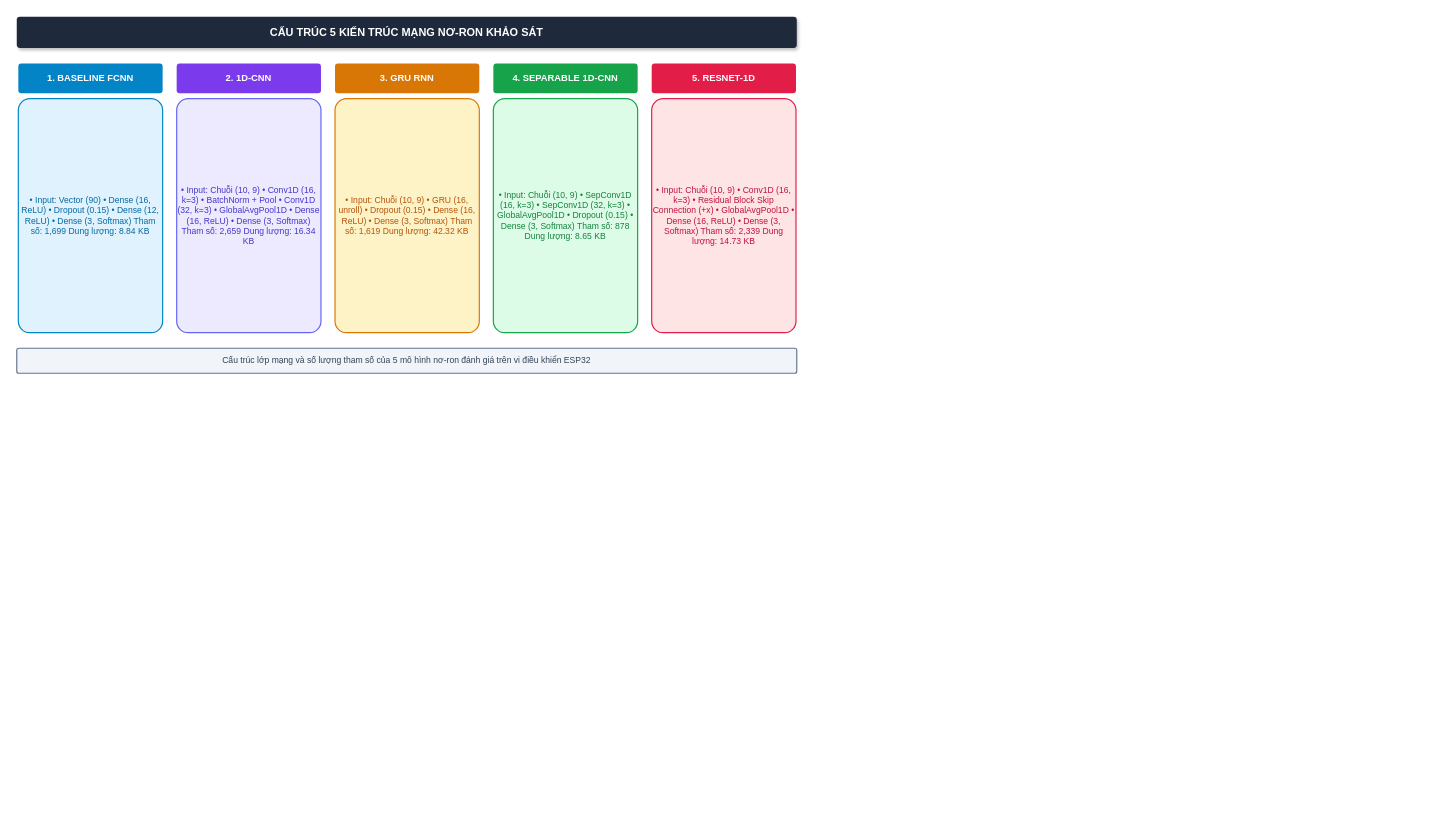
Brauuwu/LoRa_TinyML_Hopping keeps this draw.io diagram as figs/08_5_kien_truc_tinyml.drawio. Above is the earlier version. Source tidied: cells renumbered, new cells numbered last; positions are measured from the earlier drawing's top-left corner, leaving out a move shared by most shapes. Both pictures are drawn from the tidied source at 78%, with x=0, y=0 at pixel (16, 16).
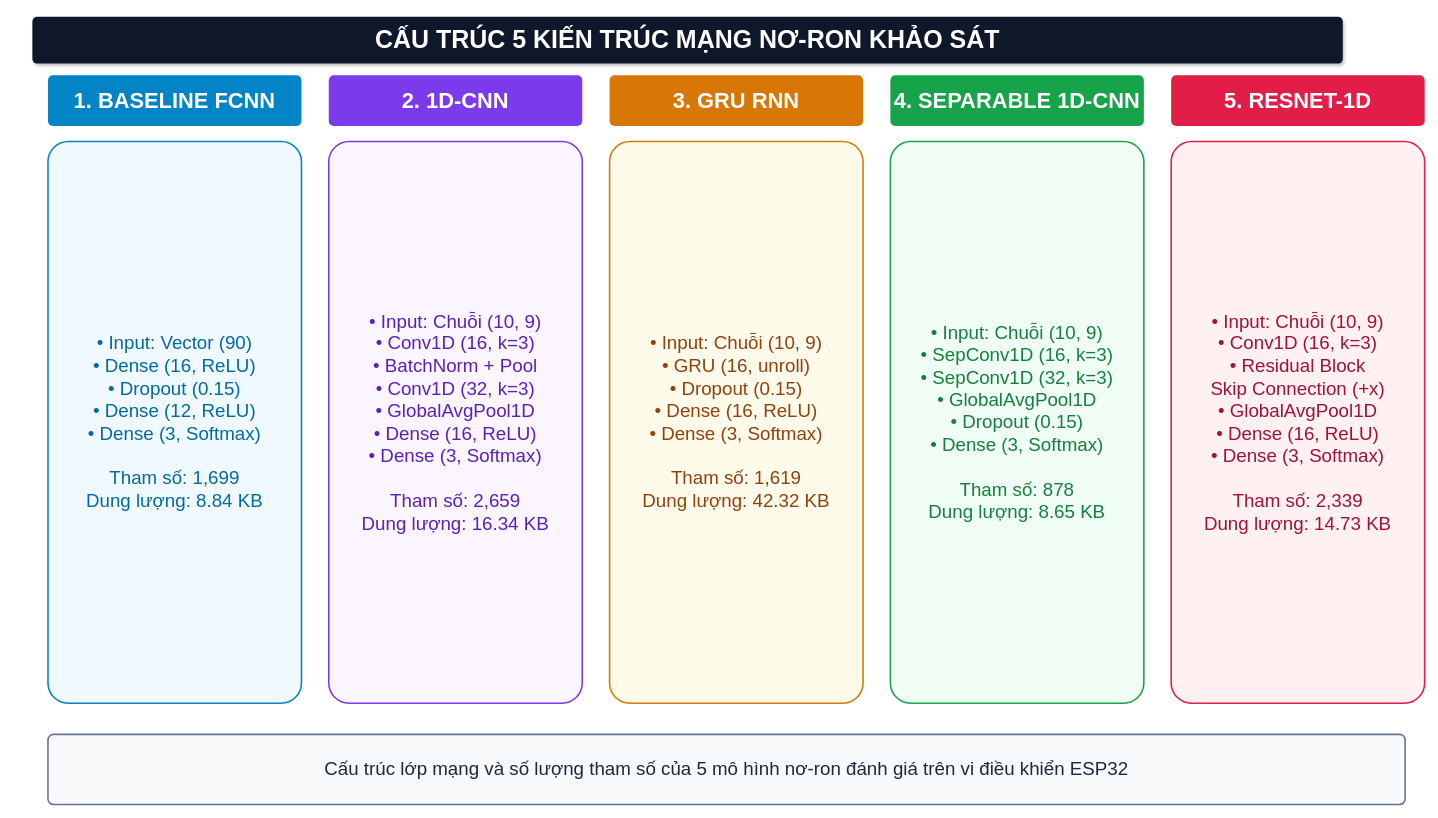
Above is the later version.

Diff of the diagram source:
```diff
@@
 <mxGraphModel background="#ffffff">
   <root>
     <mxCell id="0" />
     <mxCell id="1" parent="0" />
-    <mxCell id="2" value="CẤU TRÚC 5 KIẾN TRÚC MẠNG NƠ-RON KHẢO SÁT" style="rounded=1;whiteSpace=wrap;html=1;fillColor=#1e293b;strokeColor=none;fontColor=#ffffff;fontStyle=1;fontSize=14;shadow=1;arcSize=10;" parent="1" vertex="1">
-      <mxGeometry width="1000" height="40" as="geometry" />
+    <mxCell id="2" value="CẤU TRÚC 5 KIẾN TRÚC MẠNG NƠ-RON KHẢO SÁT" style="rounded=1;whiteSpace=wrap;html=1;fillColor=#0f172a;strokeColor=none;fontColor=#ffffff;fontStyle=1;fontSize=32;shadow=1;arcSize=10;fontFamily=Helvetica;" parent="1" vertex="1">
+      <mxGeometry x="20" width="1680" height="60" as="geometry" />
     </mxCell>
-    <mxCell id="3" value="1. BASELINE FCNN" style="rounded=1;whiteSpace=wrap;html=1;fillColor=#0284c7;strokeColor=none;fontColor=#ffffff;fontStyle=1;fontSize=12;arcSize=10;" parent="1" vertex="1">
-      <mxGeometry x="2" y="60" width="185" height="38" as="geometry" />
+    <mxCell id="3" value="1. BASELINE FCNN" style="rounded=1;whiteSpace=wrap;html=1;fillColor=#0284c7;strokeColor=none;fontColor=#ffffff;fontStyle=1;fontSize=28;arcSize=10;fontFamily=Helvetica;" parent="1" vertex="1">
+      <mxGeometry x="40" y="75" width="325" height="65" as="geometry" />
     </mxCell>
-    <mxCell id="4" value="• Input: Vector (90) • Dense (16, ReLU) • Dropout (0.15) • Dense (12, ReLU) • Dense (3, Softmax)  Tham số: 1,699 Dung lượng: 8.84 KB" style="rounded=1;whiteSpace=wrap;html=1;fillColor=#e0f2fe;strokeColor=#0284c7;strokeWidth=1.5;fontColor=#0369a1;fontSize=11;arcSize=8;" parent="1" vertex="1">
-      <mxGeometry x="2" y="105" width="185" height="300" as="geometry" />
+    <mxCell id="4" value="• Input: Vector (90)&#10;• Dense (16, ReLU)&#10;• Dropout (0.15)&#10;• Dense (12, ReLU)&#10;• Dense (3, Softmax)&#10;&#10;Tham số: 1,699&#10;Dung lượng: 8.84 KB" style="rounded=1;whiteSpace=wrap;html=1;fillColor=#f0f9ff;strokeColor=#0284c7;strokeWidth=2;fontColor=#0369a1;fontSize=24;arcSize=8;fontFamily=Helvetica;" parent="1" vertex="1">
+      <mxGeometry x="40" y="160" width="325" height="720" as="geometry" />
     </mxCell>
-    <mxCell id="5" value="2. 1D-CNN" style="rounded=1;whiteSpace=wrap;html=1;fillColor=#7c3aed;strokeColor=none;fontColor=#ffffff;fontStyle=1;fontSize=12;arcSize=10;" parent="1" vertex="1">
-      <mxGeometry x="205" y="60" width="185" height="38" as="geometry" />
+    <mxCell id="5" value="2. 1D-CNN" style="rounded=1;whiteSpace=wrap;html=1;fillColor=#7c3aed;strokeColor=none;fontColor=#ffffff;fontStyle=1;fontSize=28;arcSize=10;fontFamily=Helvetica;" parent="1" vertex="1">
+      <mxGeometry x="400" y="75" width="325" height="65" as="geometry" />
     </mxCell>
-    <mxCell id="6" value="• Input: Chuỗi (10, 9) • Conv1D (16, k=3) • BatchNorm + Pool • Conv1D (32, k=3) • GlobalAvgPool1D • Dense (16, ReLU) • Dense (3, Softmax)  Tham số: 2,659 Dung lượng: 16.34 KB" style="rounded=1;whiteSpace=wrap;html=1;fillColor=#ede9fe;strokeColor=#6366f1;strokeWidth=1.5;fontColor=#4338ca;fontSize=11;arcSize=8;" parent="1" vertex="1">
-      <mxGeometry x="205" y="105" width="185" height="300" as="geometry" />
+    <mxCell id="6" value="• Input: Chuỗi (10, 9)&#10;• Conv1D (16, k=3)&#10;• BatchNorm + Pool&#10;• Conv1D (32, k=3)&#10;• GlobalAvgPool1D&#10;• Dense (16, ReLU)&#10;• Dense (3, Softmax)&#10;&#10;Tham số: 2,659&#10;Dung lượng: 16.34 KB" style="rounded=1;whiteSpace=wrap;html=1;fillColor=#faf5ff;strokeColor=#7c3aed;strokeWidth=2;fontColor=#5b21b6;fontSize=24;arcSize=8;fontFamily=Helvetica;" parent="1" vertex="1">
+      <mxGeometry x="400" y="160" width="325" height="720" as="geometry" />
     </mxCell>
-    <mxCell id="7" value="3. GRU RNN" style="rounded=1;whiteSpace=wrap;html=1;fillColor=#d97706;strokeColor=none;fontColor=#ffffff;fontStyle=1;fontSize=12;arcSize=10;" parent="1" vertex="1">
-      <mxGeometry x="408" y="60" width="185" height="38" as="geometry" />
+    <mxCell id="7" value="3. GRU RNN" style="rounded=1;whiteSpace=wrap;html=1;fillColor=#d97706;strokeColor=none;fontColor=#ffffff;fontStyle=1;fontSize=28;arcSize=10;fontFamily=Helvetica;" parent="1" vertex="1">
+      <mxGeometry x="760" y="75" width="325" height="65" as="geometry" />
     </mxCell>
-    <mxCell id="8" value="• Input: Chuỗi (10, 9) • GRU (16, unroll) • Dropout (0.15) • Dense (16, ReLU) • Dense (3, Softmax)  Tham số: 1,619 Dung lượng: 42.32 KB" style="rounded=1;whiteSpace=wrap;html=1;fillColor=#fef3c7;strokeColor=#d97706;strokeWidth=1.5;fontColor=#b45309;fontSize=11;arcSize=8;" parent="1" vertex="1">
-      <mxGeometry x="408" y="105" width="185" height="300" as="geometry" />
+    <mxCell id="8" value="• Input: Chuỗi (10, 9)&#10;• GRU (16, unroll)&#10;• Dropout (0.15)&#10;• Dense (16, ReLU)&#10;• Dense (3, Softmax)&#10;&#10;Tham số: 1,619&#10;Dung lượng: 42.32 KB" style="rounded=1;whiteSpace=wrap;html=1;fillColor=#fffbeb;strokeColor=#d97706;strokeWidth=2;fontColor=#92400e;fontSize=24;arcSize=8;fontFamily=Helvetica;" parent="1" vertex="1">
+      <mxGeometry x="760" y="160" width="325" height="720" as="geometry" />
     </mxCell>
-    <mxCell id="9" value="4. SEPARABLE 1D-CNN" style="rounded=1;whiteSpace=wrap;html=1;fillColor=#16a34a;strokeColor=none;fontColor=#ffffff;fontStyle=1;fontSize=12;arcSize=10;" parent="1" vertex="1">
-      <mxGeometry x="611" y="60" width="185" height="38" as="geometry" />
+    <mxCell id="9" value="4. SEPARABLE 1D-CNN" style="rounded=1;whiteSpace=wrap;html=1;fillColor=#16a34a;strokeColor=none;fontColor=#ffffff;fontStyle=1;fontSize=28;arcSize=10;fontFamily=Helvetica;" parent="1" vertex="1">
+      <mxGeometry x="1120" y="75" width="325" height="65" as="geometry" />
     </mxCell>
-    <mxCell id="10" value="• Input: Chuỗi (10, 9) • SepConv1D (16, k=3) • SepConv1D (32, k=3) • GlobalAvgPool1D • Dropout (0.15) • Dense (3, Softmax)  Tham số: 878 Dung lượng: 8.65 KB" style="rounded=1;whiteSpace=wrap;html=1;fillColor=#dcfce7;strokeColor=#16a34a;strokeWidth=1.5;fontColor=#15803d;fontSize=11;arcSize=8;" parent="1" vertex="1">
-      <mxGeometry x="611" y="105" width="185" height="300" as="geometry" />
+    <mxCell id="10" value="• Input: Chuỗi (10, 9)&#10;• SepConv1D (16, k=3)&#10;• SepConv1D (32, k=3)&#10;• GlobalAvgPool1D&#10;• Dropout (0.15)&#10;• Dense (3, Softmax)&#10;&#10;Tham số: 878&#10;Dung lượng: 8.65 KB" style="rounded=1;whiteSpace=wrap;html=1;fillColor=#f0fdf4;strokeColor=#16a34a;strokeWidth=2;fontColor=#15803d;fontSize=24;arcSize=8;fontFamily=Helvetica;" parent="1" vertex="1">
+      <mxGeometry x="1120" y="160" width="325" height="720" as="geometry" />
     </mxCell>
-    <mxCell id="11" value="5. RESNET-1D" style="rounded=1;whiteSpace=wrap;html=1;fillColor=#e11d48;strokeColor=none;fontColor=#ffffff;fontStyle=1;fontSize=12;arcSize=10;" parent="1" vertex="1">
-      <mxGeometry x="814" y="60" width="185" height="38" as="geometry" />
+    <mxCell id="11" value="5. RESNET-1D" style="rounded=1;whiteSpace=wrap;html=1;fillColor=#e11d48;strokeColor=none;fontColor=#ffffff;fontStyle=1;fontSize=28;arcSize=10;fontFamily=Helvetica;" parent="1" vertex="1">
+      <mxGeometry x="1480" y="75" width="325" height="65" as="geometry" />
     </mxCell>
-    <mxCell id="12" value="• Input: Chuỗi (10, 9) • Conv1D (16, k=3) • Residual Block   Skip Connection (+x) • GlobalAvgPool1D • Dense (16, ReLU) • Dense (3, Softmax)  Tham số: 2,339 Dung lượng: 14.73 KB" style="rounded=1;whiteSpace=wrap;html=1;fillColor=#ffe4e6;strokeColor=#e11d48;strokeWidth=1.5;fontColor=#be123c;fontSize=11;arcSize=8;" parent="1" vertex="1">
-      <mxGeometry x="814" y="105" width="185" height="300" as="geometry" />
+    <mxCell id="12" value="• Input: Chuỗi (10, 9)&#10;• Conv1D (16, k=3)&#10;• Residual Block&#10;  Skip Connection (+x)&#10;• GlobalAvgPool1D&#10;• Dense (16, ReLU)&#10;• Dense (3, Softmax)&#10;&#10;Tham số: 2,339&#10;Dung lượng: 14.73 KB" style="rounded=1;whiteSpace=wrap;html=1;fillColor=#fff1f2;strokeColor=#e11d48;strokeWidth=2;fontColor=#9f1239;fontSize=24;arcSize=8;fontFamily=Helvetica;" parent="1" vertex="1">
+      <mxGeometry x="1480" y="160" width="325" height="720" as="geometry" />
     </mxCell>
-    <mxCell id="13" value="Cấu trúc lớp mạng và số lượng tham số của 5 mô hình nơ-ron đánh giá trên vi điều khiển ESP32" style="rounded=1;whiteSpace=wrap;html=1;fillColor=#f1f5f9;strokeColor=#64748b;strokeWidth=1.5;fontColor=#334155;fontSize=11;arcSize=8;" parent="1" vertex="1">
-      <mxGeometry y="425" width="1000" height="32" as="geometry" />
+    <mxCell id="13" value="Cấu trúc lớp mạng và số lượng tham số của 5 mô hình nơ-ron đánh giá trên vi điều khiển ESP32" style="rounded=1;whiteSpace=wrap;html=1;fillColor=#f8fafc;strokeColor=#64748b;strokeWidth=2;fontColor=#1e293b;fontSize=24;arcSize=8;fontFamily=Helvetica;" parent="1" vertex="1">
+      <mxGeometry x="40" y="920" width="1740" height="90" as="geometry" />
     </mxCell>
   </root>
 </mxGraphModel>
```
